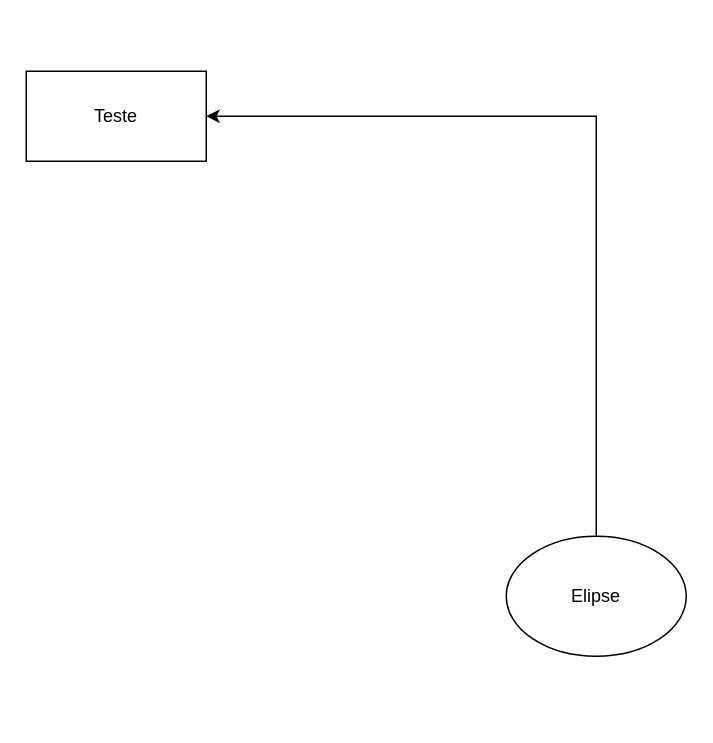
Above: AutoDiaTeste.drawio in leandrosly/Auto-Diagram (draw.io), before the change. Source tidied: cells renumbered, new cells numbered last; positions are measured from the earlier drawing's top-left corner, leaving out a move shared by most shapes. Both pictures are drawn from the tidied source at 150%, with x=0, y=0 at pixel (26, 70).
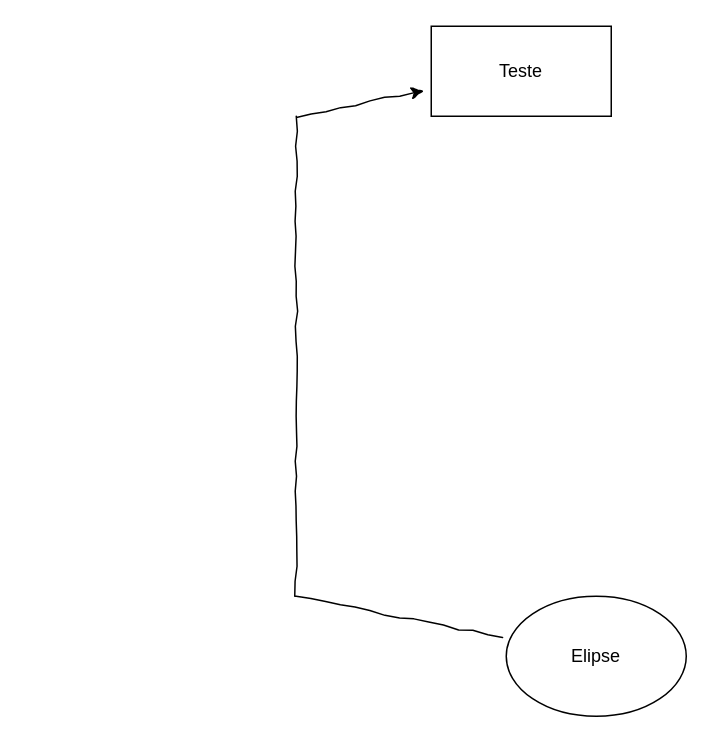
The same page after the edit.

Change to the diagram source:
```diff
@@
 <mxGraphModel>
   <root>
     <mxCell id="0" />
     <mxCell id="1" parent="0" />
-    <mxCell id="2" style="edgeStyle=orthogonalEdgeStyle;rounded=0;jettySize=auto;html=1;" parent="1" edge="1" source="4" target="3">
+    <mxCell id="2" style="edgeStyle=orthogonalEdgeStyle;rounded=0;jettySize=auto;html=1;strokeColor=default;curved=0;perimeterSpacing=5;comic=1;jiggle=2;enumerate=0;orthogonal=0;" parent="1" edge="1" source="4" target="3">
       <mxGeometry relative="1" as="geometry">
         <Array as="points">
-          <mxPoint x="380" y="350" />
-          <mxPoint x="480" y="30" />
+          <mxPoint x="180" y="350" />
+          <mxPoint x="180" y="30" />
         </Array>
       </mxGeometry>
     </mxCell>
     <mxCell id="3" value="Teste" style="rounded=10;whiteSpace=wrap;html=1;" parent="1" vertex="1">
-      <mxGeometry width="120" height="60" as="geometry" />
+      <mxGeometry x="270" y="-30" width="120" height="60" as="geometry" />
     </mxCell>
     <mxCell id="4" value="Elipse" style="ellipse;whiteSpace=wrap;html=1;" parent="1" vertex="1">
-      <mxGeometry x="320" y="310" width="120" height="80" as="geometry" />
+      <mxGeometry x="320" y="350" width="120" height="80" as="geometry" />
     </mxCell>
   </root>
 </mxGraphModel>
```
